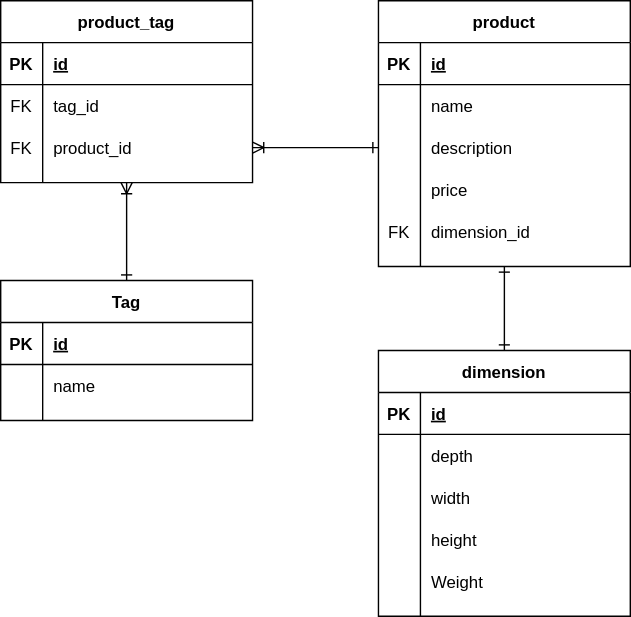
gsdenys/ecomerce-microservice-example keeps this draw.io diagram as docs/images/db/product.drawio.svg. Above is the earlier version. Source tidied: cells renumbered, new cells last; positions are measured from the earlier drawing's top-left corner, leaving out a move shared by most shapes.
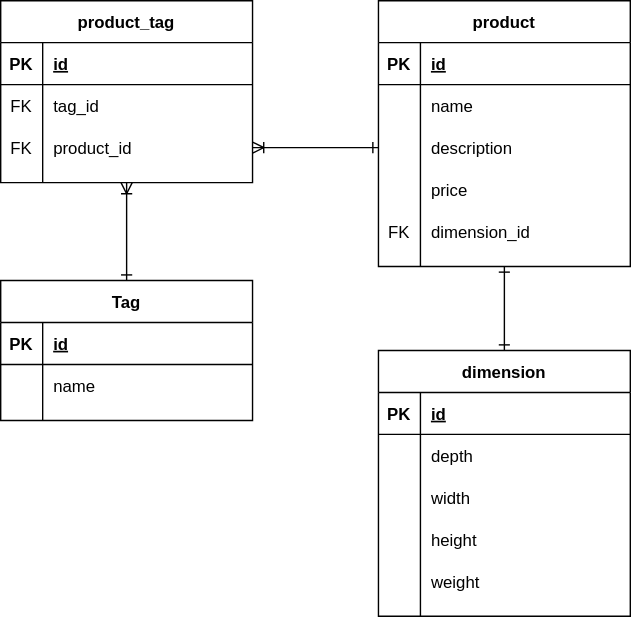
Above is the later version.

Commit message:
add Weight to product dimension

What changed in the source:
```diff
@@ -95,7 +95,7 @@
     <mxCell id="32" style="shape=partialRectangle;fillColor=none;top=0;left=0;bottom=0;right=0;overflow=hidden;" parent="31" vertex="1">
       <mxGeometry width="30" height="30" as="geometry" />
     </mxCell>
-    <mxCell id="33" value="Weight" style="shape=partialRectangle;fillColor=none;top=0;left=0;bottom=0;right=0;align=left;spacingLeft=6;overflow=hidden;" parent="31" vertex="1">
+    <mxCell id="33" value="weight" style="shape=partialRectangle;fillColor=none;top=0;left=0;bottom=0;right=0;align=left;spacingLeft=6;overflow=hidden;" parent="31" vertex="1">
       <mxGeometry x="30" width="150" height="30" as="geometry" />
     </mxCell>
     <mxCell id="34" style="edgeStyle=orthogonalEdgeStyle;rounded=0;jettySize=auto;html=1;startArrow=ERone;startFill=0;endArrow=ERone;endFill=0;exitX=0.5;exitY=1;exitDx=0;exitDy=0;entryX=0.5;entryY=0;entryDx=0;entryDy=0;" parent="1" edge="1" source="2" target="18">
```
